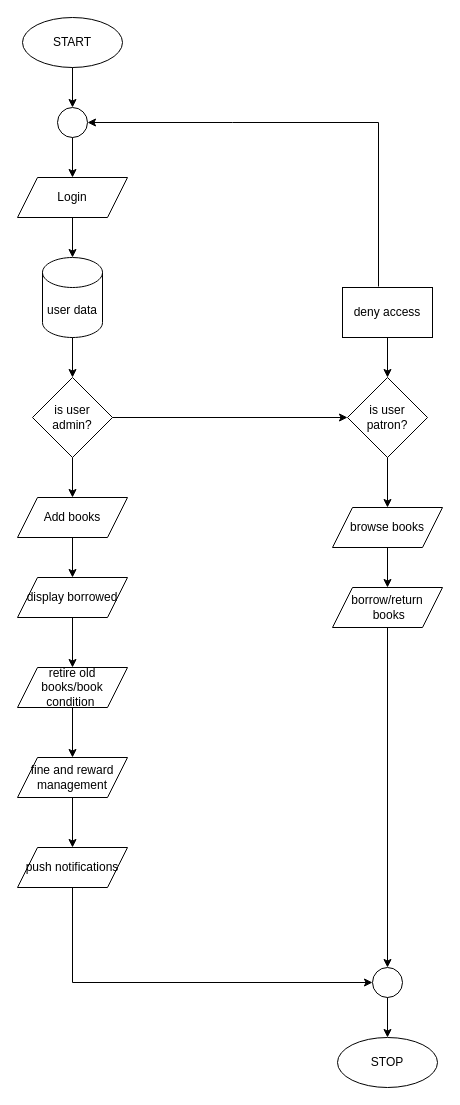
Above: system_flowchart.drawio in moha-matano3/LMS (draw.io), before the change. Source tidied: cells renumbered, new cells numbered last; positions are measured from the earlier drawing's top-left corner, leaving out a move shared by most shapes. Both pictures are drawn from the tidied source at 100%, with x=0, y=0 at pixel (17, 17).
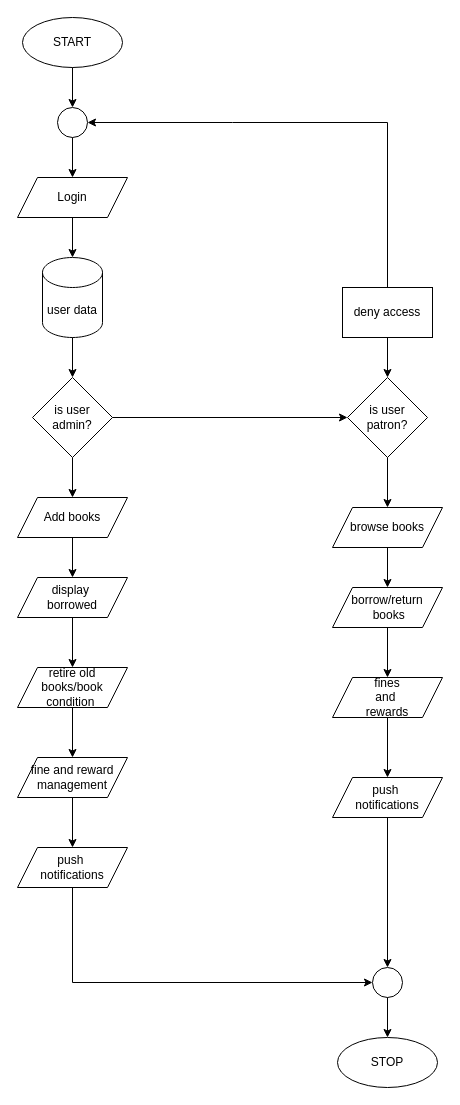
Above is the later version.

Unchanged cells that the change refers to:
```xml
<mxCell id="3" style="ellipse;whiteSpace=wrap;html=1;" parent="1" vertex="1">
  <mxGeometry x="40" y="90" width="30" height="30" as="geometry" />
</mxCell>
<mxCell id="11" value="deny access" style="rounded=0;whiteSpace=wrap;html=1;" parent="1" vertex="1">
  <mxGeometry x="325" y="270" width="90" height="50" as="geometry" />
</mxCell>
<mxCell id="18" value="borrow/return &amp;nbsp;books" style="shape=parallelogram;perimeter=parallelogramPerimeter;whiteSpace=wrap;html=1;fixedSize=1;" parent="1" vertex="1">
  <mxGeometry x="315" y="570" width="110" height="40" as="geometry" />
</mxCell>
<mxCell id="19" style="ellipse;whiteSpace=wrap;html=1;" parent="1" vertex="1">
  <mxGeometry x="355" y="950" width="30" height="30" as="geometry" />
</mxCell>
```

What changed in the source:
```diff
@@
-    <mxCell id="13" value="display borrowed" style="shape=parallelogram;perimeter=parallelogramPerimeter;whiteSpace=wrap;html=1;fixedSize=1;" parent="1" vertex="1">
+    <mxCell id="13" value="display&amp;nbsp;&lt;div&gt;borrowed&lt;/div&gt;" style="shape=parallelogram;perimeter=parallelogramPerimeter;whiteSpace=wrap;html=1;fixedSize=1;" parent="1" vertex="1">
       <mxGeometry y="560" width="110" height="40" as="geometry" />
     </mxCell>
@@
-    <mxCell id="16" value="push notifications" style="shape=parallelogram;perimeter=parallelogramPerimeter;whiteSpace=wrap;html=1;fixedSize=1;" parent="1" vertex="1">
+    <mxCell id="16" value="push&amp;nbsp;&lt;div&gt;notifications&lt;/div&gt;" style="shape=parallelogram;perimeter=parallelogramPerimeter;whiteSpace=wrap;html=1;fixedSize=1;" parent="1" vertex="1">
       <mxGeometry y="830" width="110" height="40" as="geometry" />
     </mxCell>
@@
+    <mxCell id="35" style="edgeStyle=orthogonalEdgeStyle;rounded=0;jettySize=auto;html=1;" parent="1" edge="1" source="18" target="37">
+      <mxGeometry relative="1" as="geometry" />
+    </mxCell>
@@
-    <mxCell id="21" style="edgeStyle=none;jettySize=auto;html=1;rounded=0;exitX=0.4;exitY=-0.02;exitDx=0;exitDy=0;exitPerimeter=0;entryX=1;entryY=0.5;entryDx=0;entryDy=0;" parent="1" edge="1" source="11" target="3">
+    <mxCell id="21" style="edgeStyle=none;jettySize=auto;html=1;rounded=0;exitX=0.5;exitY=0;exitDx=0;exitDy=0;entryX=1;entryY=0.5;entryDx=0;entryDy=0;" parent="1" edge="1" source="11" target="3">
       <mxGeometry relative="1" as="geometry">
         <Array as="points">
-          <mxPoint x="361" y="105" />
+          <mxPoint x="370" y="105" />
           <mxPoint x="215" y="105" />
         </Array>
       </mxGeometry>
     </mxCell>
@@
-    <mxCell id="28" style="edgeStyle=none;jettySize=auto;html=1;rounded=0;exitX=0.5;exitY=1;exitDx=0;exitDy=0;entryX=0.5;entryY=0;entryDx=0;entryDy=0;" parent="1" edge="1" source="18" target="19">
-      <mxGeometry relative="1" as="geometry" />
-    </mxCell>
@@
+    <mxCell id="36" style="edgeStyle=orthogonalEdgeStyle;rounded=0;jettySize=auto;html=1;" parent="1" edge="1" source="37" target="38">
+      <mxGeometry relative="1" as="geometry" />
+    </mxCell>
+    <mxCell id="37" value="fines&lt;div&gt;and&amp;nbsp;&lt;/div&gt;&lt;div&gt;rewards&lt;/div&gt;" style="shape=parallelogram;perimeter=parallelogramPerimeter;whiteSpace=wrap;html=1;fixedSize=1;" parent="1" vertex="1">
+      <mxGeometry x="315" y="660" width="110" height="40" as="geometry" />
+    </mxCell>
+    <mxCell id="38" value="push&amp;nbsp;&lt;div&gt;notifications&lt;/div&gt;" style="shape=parallelogram;perimeter=parallelogramPerimeter;whiteSpace=wrap;html=1;fixedSize=1;" parent="1" vertex="1">
+      <mxGeometry x="315" y="760" width="110" height="40" as="geometry" />
+    </mxCell>
+    <mxCell id="39" style="edgeStyle=none;jettySize=auto;html=1;rounded=0;exitX=0.5;exitY=1;exitDx=0;exitDy=0;entryX=0.5;entryY=0;entryDx=0;entryDy=0;" parent="1" edge="1" source="38" target="19">
+      <mxGeometry relative="1" as="geometry" />
+    </mxCell>
```
